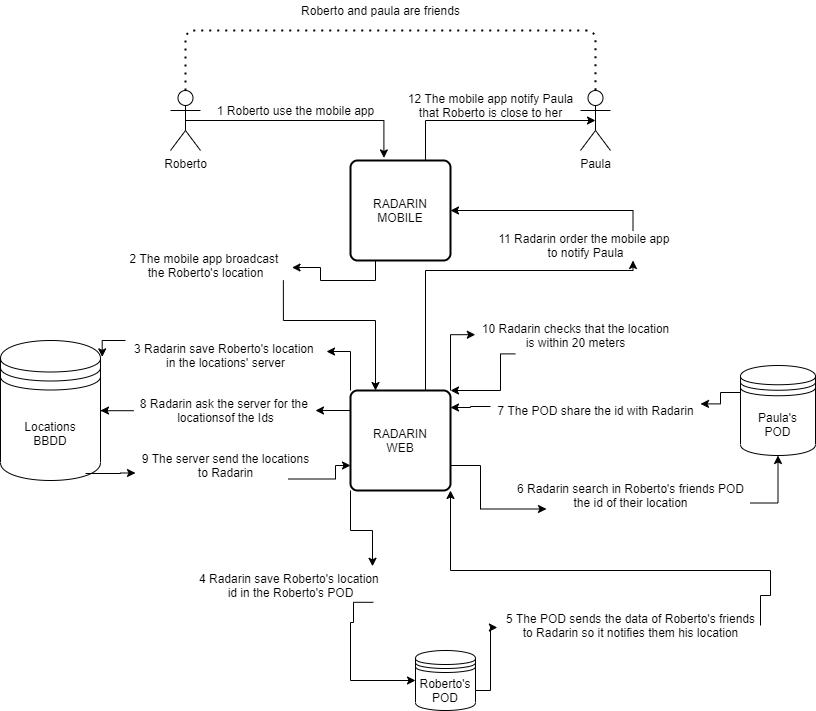
Earlier version of the draw.io export webapp/docs/images/03_CasosDeUso.png (Arquisoft/radarin_es6b). Source tidied: cells renumbered, new cells last; positions are measured from the earlier drawing's top-left corner, leaving out a move shared by most shapes.
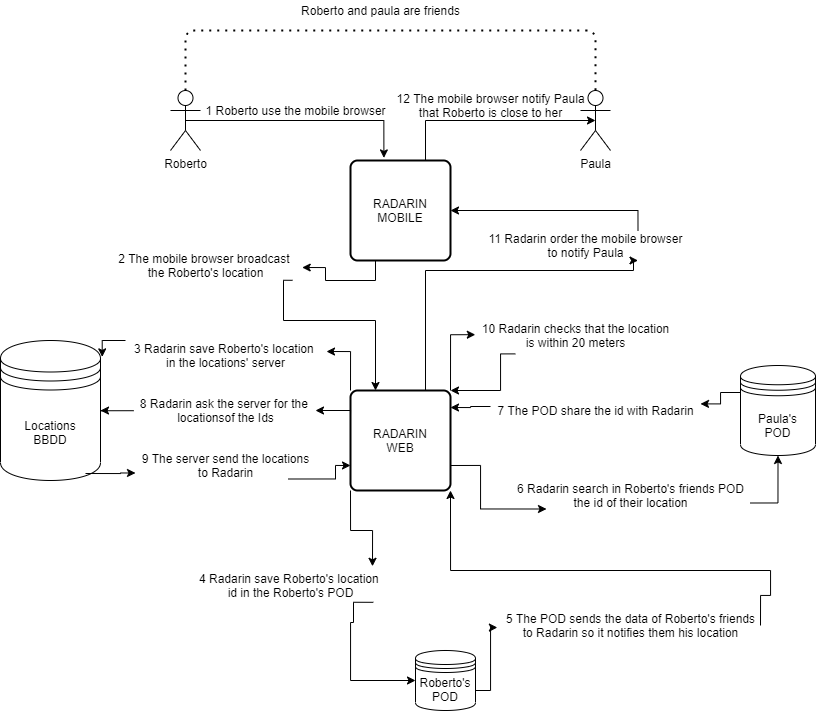
Above is the later version.

Change to the diagram source:
```diff
@@ -53,8 +53,8 @@
     <mxCell id="14" value="RADARIN&lt;br&gt;WEB" style="rounded=1;whiteSpace=wrap;html=1;absoluteArcSize=1;arcSize=14;strokeWidth=2;" parent="1" vertex="1">
       <mxGeometry x="350" y="390" width="100" height="100" as="geometry" />
     </mxCell>
-    <mxCell id="15" value="1 Roberto use the mobile app" style="text;html=1;align=center;verticalAlign=middle;" parent="1" vertex="1">
-      <mxGeometry x="210" y="100" width="170" height="20" as="geometry" />
+    <mxCell id="15" value="1 Roberto use the mobile browser" style="text;html=1;align=center;verticalAlign=middle;" parent="1" vertex="1">
+      <mxGeometry x="195" y="100" width="200" height="20" as="geometry" />
     </mxCell>
     <mxCell id="16" style="endArrow=none;dashed=1;html=1;dashPattern=1 3;strokeWidth=2;exitX=0.5;exitY=0;exitDx=0;exitDy=0;exitPerimeter=0;entryX=0.5;entryY=0;entryDx=0;entryDy=0;entryPerimeter=0;" parent="1" edge="1" source="3" target="4">
       <mxGeometry relative="1" as="geometry">
@@ -100,8 +100,8 @@
     <mxCell id="25" value="10 Radarin checks that the location&lt;br&gt;is within 20 meters" style="text;html=1;align=center;verticalAlign=middle;points=[];" parent="1" vertex="1">
       <mxGeometry x="475" y="320" width="200" height="30" as="geometry" />
     </mxCell>
-    <mxCell id="26" value="12 The mobile app notify Paula&lt;br&gt;that Roberto is close to her" style="text;html=1;align=center;verticalAlign=middle;" parent="1" vertex="1">
-      <mxGeometry x="400" y="90" width="180" height="30" as="geometry" />
+    <mxCell id="26" value="12 The mobile browser notify Paula&lt;br&gt;that Roberto is close to her" style="text;html=1;align=center;verticalAlign=middle;" parent="1" vertex="1">
+      <mxGeometry x="390" y="90" width="200" height="30" as="geometry" />
     </mxCell>
     <mxCell id="27" style="edgeStyle=orthogonalEdgeStyle;rounded=0;jettySize=auto;html=1;entryX=1;entryY=0;entryDx=0;entryDy=0;exitX=0.199;exitY=1.113;exitDx=0;exitDy=0;exitPerimeter=0;" parent="1" edge="1" source="25" target="14">
       <mxGeometry relative="1" as="geometry">
@@ -159,8 +159,8 @@
     <mxCell id="40" value="3 Radarin save Roberto's location&amp;nbsp;&lt;br&gt;in the locations' server" style="text;html=1;align=center;verticalAlign=middle;points=[];" parent="1" vertex="1">
       <mxGeometry x="125" y="340" width="200" height="30" as="geometry" />
     </mxCell>
-    <mxCell id="41" value="11 Radarin order the mobile app&amp;nbsp;&lt;br&gt;to notify Paula" style="text;html=1;align=center;verticalAlign=middle;points=[];" parent="1" vertex="1">
-      <mxGeometry x="490" y="230" width="190" height="30" as="geometry" />
+    <mxCell id="41" value="11 Radarin order the mobile browser&lt;br&gt;to notify Paula" style="text;html=1;align=center;verticalAlign=middle;points=[];" parent="1" vertex="1">
+      <mxGeometry x="480" y="230" width="210" height="30" as="geometry" />
     </mxCell>
     <mxCell id="42" style="edgeStyle=orthogonalEdgeStyle;rounded=0;jettySize=auto;html=1;exitX=0.75;exitY=0;exitDx=0;exitDy=0;entryX=0.75;entryY=1;entryDx=0;entryDy=0;" parent="1" edge="1" source="14" target="41">
       <mxGeometry relative="1" as="geometry">
@@ -170,8 +170,8 @@
         </Array>
       </mxGeometry>
     </mxCell>
-    <mxCell id="43" value="2 The mobile app broadcast&amp;nbsp;&lt;br&gt;the Roberto's location" style="text;html=1;align=center;verticalAlign=middle;points=[];" parent="1" vertex="1">
-      <mxGeometry x="120" y="250" width="170" height="30" as="geometry" />
+    <mxCell id="43" value="2 The mobile browser broadcast&amp;nbsp;&lt;br&gt;the Roberto's location" style="text;html=1;align=center;verticalAlign=middle;points=[];" parent="1" vertex="1">
+      <mxGeometry x="110" y="250" width="190" height="30" as="geometry" />
     </mxCell>
     <mxCell id="44" style="edgeStyle=orthogonalEdgeStyle;rounded=0;jettySize=auto;html=1;exitX=0.25;exitY=1;exitDx=0;exitDy=0;entryX=1.009;entryY=0.567;entryDx=0;entryDy=0;entryPerimeter=0;" parent="1" edge="1" source="20" target="43">
       <mxGeometry relative="1" as="geometry" />
```
